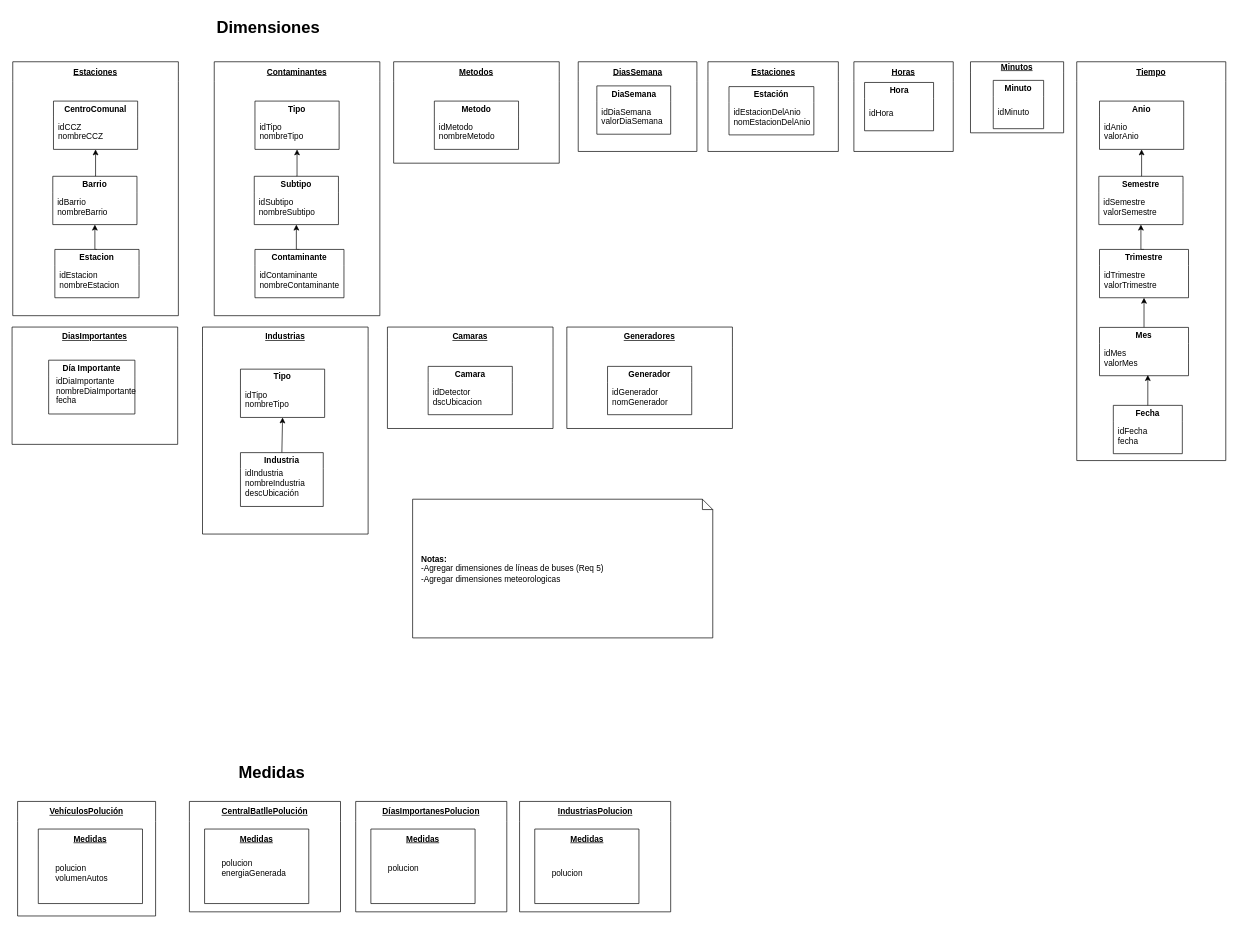
The draw.io diagram 2. Diseño conceptual/Dimensiones y Medidas.drawio in gonzalomelov/dw-calidad-aire-docs, before the edit. Source tidied: cells renumbered, new cells numbered last; positions are measured from the earlier drawing's top-left corner, leaving out a move shared by most shapes. Both pictures are drawn from the tidied source at 69%, with x=0, y=0 at pixel (12, 12).
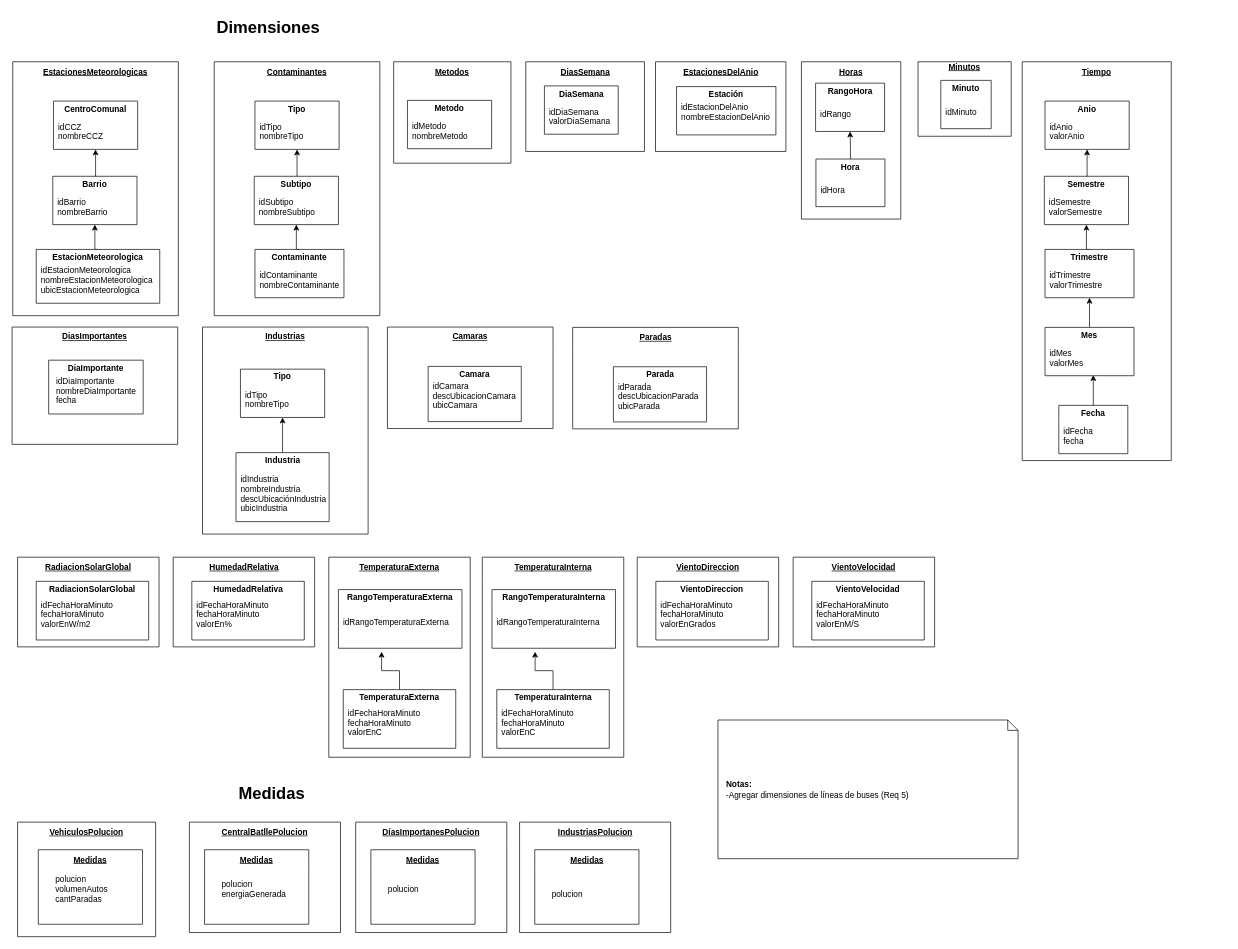
Above is the later version.

The change refers to these unchanged cells:
```xml
<mxCell id="15" value="Medidas" style="swimlane;swimlaneLine=0;whiteSpace=wrap;startSize=29;fontStyle=5;" parent="14" vertex="1">
  <mxGeometry x="30" y="40" width="151" height="108" as="geometry" />
</mxCell>
<mxCell id="26" value="Camaras" style="swimlane;swimlaneLine=0;whiteSpace=wrap;startSize=29;fontStyle=5;align=center;" parent="1" vertex="1">
  <mxGeometry x="544" y="456.5" width="240" height="147" as="geometry" />
</mxCell>
<mxCell id="53" value="DiasImportantes" style="swimlane;swimlaneLine=0;whiteSpace=wrap;startSize=29;fontStyle=5;align=center;" parent="1" vertex="1">
  <mxGeometry y="456.5" width="240" height="170" as="geometry" />
</mxCell>
<mxCell id="56" value="Industrias" style="swimlane;swimlaneLine=0;whiteSpace=wrap;startSize=29;fontStyle=5;align=center;" parent="1" vertex="1">
  <mxGeometry x="276" y="456.5" width="240" height="300" as="geometry" />
</mxCell>
```

Diff of the diagram source:
```diff
@@
-    <mxCell id="2" value="Estaciones" style="swimlane;swimlaneLine=0;whiteSpace=wrap;startSize=29;fontStyle=5;align=center;" parent="1" vertex="1">
-      <mxGeometry x="1008.5" y="72" width="189" height="130" as="geometry" />
+    <mxCell id="2" value="EstacionesDelAnio" style="swimlane;swimlaneLine=0;whiteSpace=wrap;startSize=29;fontStyle=5;align=center;" parent="1" vertex="1">
+      <mxGeometry x="932.5" y="72" width="189" height="130" as="geometry" />
     </mxCell>
-    <mxCell id="3" value="Estaciones" style="swimlane;swimlaneLine=0;whiteSpace=wrap;startSize=29;fontStyle=5;align=center;" parent="1" vertex="1">
+    <mxCell id="3" value="EstacionesMeteorologicas" style="swimlane;swimlaneLine=0;whiteSpace=wrap;startSize=29;fontStyle=5;align=center;" parent="1" vertex="1">
       <mxGeometry x="1" y="72" width="240" height="368" as="geometry" />
     </mxCell>
@@
-    <mxCell id="10" value="Estacion" style="swimlane;swimlaneLine=0;whiteSpace=wrap;" parent="3" vertex="1">
-      <mxGeometry x="61" y="272" width="122" height="70" as="geometry" />
+    <mxCell id="10" value="EstacionMeteorologica" style="swimlane;swimlaneLine=0;whiteSpace=wrap;" parent="3" vertex="1">
+      <mxGeometry x="34" y="272" width="179" height="78" as="geometry" />
     </mxCell>
-    <mxCell id="11" value="idEstacion&#10;nombreEstacion" style="text;align=left;verticalAlign=middle;" parent="10" vertex="1">
-      <mxGeometry x="5" y="19" width="130" height="50" as="geometry" />
+    <mxCell id="11" value="idEstacionMeteorologica&#10;nombreEstacionMeteorologica&#10;ubicEstacionMeteorologica&#10;" style="text;align=left;verticalAlign=middle;" parent="10" vertex="1">
+      <mxGeometry x="5" y="26" width="130" height="50" as="geometry" />
     </mxCell>
@@
     <mxCell id="13" value="Medidas" style="text;align=center;verticalAlign=middle;fontFamily=Helvetica;fontSize=24;fontStyle=1;" parent="1" vertex="1">
-      <mxGeometry x="299" y="1080" width="155" height="40" as="geometry" />
+      <mxGeometry x="299" y="1110" width="155" height="40" as="geometry" />
     </mxCell>
-    <mxCell id="14" value="VehículosPolución" style="swimlane;swimlaneLine=0;whiteSpace=wrap;startSize=29;fontStyle=5;" parent="1" vertex="1">
-      <mxGeometry x="8" y="1144" width="200" height="166" as="geometry" />
+    <mxCell id="14" value="VehiculosPolucion" style="swimlane;swimlaneLine=0;whiteSpace=wrap;startSize=29;fontStyle=5;" parent="1" vertex="1">
+      <mxGeometry x="8" y="1174" width="200" height="166" as="geometry" />
     </mxCell>
@@
-    <mxCell id="16" value="polucion&#10;volumenAutos" style="text;align=left;verticalAlign=middle;" parent="15" vertex="1">
+    <mxCell id="16" value="polucion&#10;volumenAutos&#10;cantParadas&#10;" style="text;align=left;verticalAlign=middle;" parent="15" vertex="1">
       <mxGeometry x="23" y="27.4" width="155" height="72.6" as="geometry" />
     </mxCell>
@@
     <mxCell id="27" value="Camara" style="swimlane;swimlaneLine=0;whiteSpace=wrap;" parent="26" vertex="1">
-      <mxGeometry x="59" y="57" width="122" height="70" as="geometry" />
+      <mxGeometry x="59" y="57" width="135" height="80" as="geometry" />
     </mxCell>
-    <mxCell id="28" value="idDetector&#10;dscUbicacion" style="text;align=left;verticalAlign=middle;" parent="27" vertex="1">
-      <mxGeometry x="5" y="19" width="130" height="50" as="geometry" />
+    <mxCell id="28" value="idCamara&#10;descUbicacionCamara&#10;ubicCamara&#10;" style="text;align=left;verticalAlign=middle;" parent="27" vertex="1">
+      <mxGeometry x="5" y="19" width="130" height="61" as="geometry" />
     </mxCell>
     <mxCell id="29" value="Tiempo" style="swimlane;swimlaneLine=0;whiteSpace=wrap;startSize=29;fontStyle=5;align=center;" parent="1" vertex="1">
-      <mxGeometry x="1543" y="72" width="216" height="578" as="geometry" />
+      <mxGeometry x="1464" y="72" width="216" height="578" as="geometry" />
     </mxCell>
@@
-    <mxCell id="44" value="CentralBatllePolución" style="swimlane;swimlaneLine=0;whiteSpace=wrap;startSize=29;fontStyle=5;" parent="1" vertex="1">
-      <mxGeometry x="257" y="1144" width="219" height="160" as="geometry" />
+    <mxCell id="44" value="CentralBatllePolucion" style="swimlane;swimlaneLine=0;whiteSpace=wrap;startSize=29;fontStyle=5;" parent="1" vertex="1">
+      <mxGeometry x="257" y="1174" width="219" height="160" as="geometry" />
     </mxCell>
@@
-    <mxCell id="47" value="Generadores" style="swimlane;swimlaneLine=0;whiteSpace=wrap;startSize=29;fontStyle=5;align=center;" parent="1" vertex="1">
-      <mxGeometry x="804" y="456.5" width="240" height="147" as="geometry" />
-    </mxCell>
-    <mxCell id="48" value="Generador" style="swimlane;swimlaneLine=0;whiteSpace=wrap;" parent="47" vertex="1">
-      <mxGeometry x="59" y="57" width="122" height="70" as="geometry" />
-    </mxCell>
-    <mxCell id="49" value="idGenerador&#10;nomGenerador" style="text;align=left;verticalAlign=middle;" parent="48" vertex="1">
-      <mxGeometry x="5" y="19" width="130" height="50" as="geometry" />
-    </mxCell>
     <mxCell id="50" value="Metodos" style="swimlane;swimlaneLine=0;whiteSpace=wrap;startSize=29;fontStyle=5;align=center;" parent="1" vertex="1">
-      <mxGeometry x="553" y="72" width="240" height="147" as="geometry" />
+      <mxGeometry x="553" y="72" width="170" height="147" as="geometry" />
     </mxCell>
     <mxCell id="51" value="Metodo" style="swimlane;swimlaneLine=0;whiteSpace=wrap;" parent="50" vertex="1">
-      <mxGeometry x="59" y="57" width="122" height="70" as="geometry" />
+      <mxGeometry x="20" y="56" width="122" height="70" as="geometry" />
     </mxCell>
@@
-    <mxCell id="54" value="Día Importante" style="swimlane;swimlaneLine=0;whiteSpace=wrap;startSize=23;" parent="53" vertex="1">
-      <mxGeometry x="53" y="48" width="125" height="78" as="geometry" />
+    <mxCell id="54" value="DiaImportante" style="swimlane;swimlaneLine=0;whiteSpace=wrap;startSize=23;" parent="53" vertex="1">
+      <mxGeometry x="53" y="48" width="137" height="78" as="geometry" />
     </mxCell>
@@
     <mxCell id="60" value="Industria" style="swimlane;swimlaneLine=0;whiteSpace=wrap;startSize=23;" parent="56" vertex="1">
-      <mxGeometry x="55" y="182" width="120" height="78" as="geometry" />
+      <mxGeometry x="48.5" y="182" width="135" height="100" as="geometry" />
     </mxCell>
-    <mxCell id="61" value="idIndustria&#10;nombreIndustria&#10;descUbicación&#10;&#10;" style="text;align=left;verticalAlign=middle;" parent="60" vertex="1">
-      <mxGeometry x="5" y="33" width="130" height="50" as="geometry" />
+    <mxCell id="61" value="idIndustria&#10;nombreIndustria&#10;descUbicaciónIndustria&#10;ubicIndustria&#10;" style="text;align=left;verticalAlign=middle;" parent="60" vertex="1">
+      <mxGeometry x="5" y="33" width="130" height="67" as="geometry" />
     </mxCell>
-    <mxCell id="62" value="&lt;div&gt;&lt;b&gt;Notas:&amp;nbsp;&lt;/b&gt;&lt;/div&gt;-Agregar dimensiones de líneas de buses (Req 5)&lt;br&gt;-Agregar dimensiones meteorologicas&lt;br&gt;" style="shape=note;size=15;align=left;spacingLeft=10;html=1;whiteSpace=wrap;" parent="1" vertex="1">
-      <mxGeometry x="580.5" y="706" width="435" height="201" as="geometry" />
+    <mxCell id="62" value="&lt;div&gt;&lt;b&gt;Notas:&amp;nbsp;&lt;/b&gt;&lt;/div&gt;-Agregar dimensiones de líneas de buses (Req 5)&lt;br&gt;" style="shape=note;size=15;align=left;spacingLeft=10;html=1;whiteSpace=wrap;" parent="1" vertex="1">
+      <mxGeometry x="1023" y="1026" width="435" height="201" as="geometry" />
     </mxCell>
     <mxCell id="63" value="DíasImportanesPolucion" style="swimlane;swimlaneLine=0;whiteSpace=wrap;startSize=29;fontStyle=5;" parent="1" vertex="1">
-      <mxGeometry x="498" y="1144" width="219" height="160" as="geometry" />
+      <mxGeometry x="498" y="1174" width="219" height="160" as="geometry" />
     </mxCell>
@@
     <mxCell id="66" value="IndustriasPolucion" style="swimlane;swimlaneLine=0;whiteSpace=wrap;startSize=29;fontStyle=5;" parent="1" vertex="1">
-      <mxGeometry x="735.5" y="1144" width="219" height="160" as="geometry" />
+      <mxGeometry x="735.5" y="1174" width="219" height="160" as="geometry" />
     </mxCell>
@@
     <mxCell id="69" value="Estación" style="swimlane;swimlaneLine=0;whiteSpace=wrap;" parent="1" vertex="1">
-      <mxGeometry x="1039" y="108" width="123" height="70" as="geometry" />
+      <mxGeometry x="963" y="108" width="144" height="70" as="geometry" />
     </mxCell>
-    <mxCell id="70" value="idEstacionDelAnio&#10;nomEstacionDelAnio" style="text;align=left;verticalAlign=middle;" parent="69" vertex="1">
+    <mxCell id="70" value="idEstacionDelAnio&#10;nombreEstacionDelAnio&#10;" style="text;align=left;verticalAlign=middle;" parent="69" vertex="1">
       <mxGeometry x="5" y="19" width="130" height="50" as="geometry" />
     </mxCell>
     <mxCell id="71" value="DiasSemana" style="swimlane;swimlaneLine=0;whiteSpace=wrap;startSize=29;fontStyle=5;align=center;" parent="1" vertex="1">
-      <mxGeometry x="820.5" y="72" width="172" height="130" as="geometry" />
+      <mxGeometry x="744.5" y="72" width="172" height="130" as="geometry" />
     </mxCell>
@@
     <mxCell id="74" value="Horas" style="swimlane;swimlaneLine=0;whiteSpace=wrap;startSize=29;fontStyle=5;align=center;" parent="1" vertex="1">
-      <mxGeometry x="1220" y="72" width="144" height="130" as="geometry" />
+      <mxGeometry x="1144" y="72" width="144" height="228" as="geometry" />
     </mxCell>
+    <mxCell id="80" style="edgeStyle=orthogonalEdgeStyle;rounded=0;html=1;entryX=0.5;entryY=1;jettySize=auto;" parent="74" edge="1" source="75" target="81">
+      <mxGeometry relative="1" as="geometry" />
+    </mxCell>
     <mxCell id="75" value="Hora" style="swimlane;swimlaneLine=0;whiteSpace=wrap;" parent="74" vertex="1">
-      <mxGeometry x="15.5" y="30" width="100" height="70" as="geometry" />
+      <mxGeometry x="21" y="141" width="100" height="69" as="geometry" />
     </mxCell>
@@
+    <mxCell id="81" value="RangoHora" style="swimlane;swimlaneLine=0;whiteSpace=wrap;" parent="74" vertex="1">
+      <mxGeometry x="20.5" y="31" width="100" height="70" as="geometry" />
+    </mxCell>
+    <mxCell id="82" value="idRango" style="text;align=left;verticalAlign=middle;" parent="81" vertex="1">
+      <mxGeometry x="5" y="19" width="65" height="50" as="geometry" />
+    </mxCell>
     <mxCell id="77" value="Minutos" style="swimlane;swimlaneLine=0;whiteSpace=wrap;startSize=15;fontStyle=5;align=center;" parent="1" vertex="1">
-      <mxGeometry x="1389" y="72" width="135" height="103" as="geometry" />
+      <mxGeometry x="1313" y="72" width="135" height="108" as="geometry" />
     </mxCell>
@@
+    <mxCell id="83" value="RadiacionSolarGlobal" style="swimlane;swimlaneLine=0;whiteSpace=wrap;startSize=29;fontStyle=5;align=center;" parent="1" vertex="1">
+      <mxGeometry x="8" y="790" width="205" height="130" as="geometry" />
+    </mxCell>
+    <mxCell id="84" value="RadiacionSolarGlobal" style="swimlane;swimlaneLine=0;whiteSpace=wrap;" parent="83" vertex="1">
+      <mxGeometry x="27" y="35" width="163" height="85" as="geometry" />
+    </mxCell>
+    <mxCell id="85" value="idFechaHoraMinuto&#10;fechaHoraMinuto&#10;valorEnW/m2&#10;" style="text;align=left;verticalAlign=middle;" parent="84" vertex="1">
+      <mxGeometry x="5" y="19" width="115" height="71" as="geometry" />
+    </mxCell>
+    <mxCell id="86" value="HumedadRelativa" style="swimlane;swimlaneLine=0;whiteSpace=wrap;startSize=29;fontStyle=5;align=center;" parent="1" vertex="1">
+      <mxGeometry x="233.5" y="790" width="205" height="130" as="geometry" />
+    </mxCell>
+    <mxCell id="87" value="HumedadRelativa" style="swimlane;swimlaneLine=0;whiteSpace=wrap;" parent="86" vertex="1">
+      <mxGeometry x="27" y="35" width="163" height="85" as="geometry" />
+    </mxCell>
+    <mxCell id="88" value="idFechaHoraMinuto&#10;fechaHoraMinuto&#10;valorEn%&#10;" style="text;align=left;verticalAlign=middle;" parent="87" vertex="1">
+      <mxGeometry x="5" y="19" width="115" height="71" as="geometry" />
+    </mxCell>
+    <mxCell id="89" value="TemperaturaExterna" style="swimlane;swimlaneLine=0;whiteSpace=wrap;startSize=29;fontStyle=5;align=center;" parent="1" vertex="1">
+      <mxGeometry x="459" y="790" width="205" height="290" as="geometry" />
+    </mxCell>
+    <mxCell id="90" style="edgeStyle=orthogonalEdgeStyle;rounded=0;html=1;entryX=0.5;entryY=1;jettySize=auto;" parent="89" edge="1" source="91" target="94">
+      <mxGeometry relative="1" as="geometry" />
+    </mxCell>
+    <mxCell id="91" value="TemperaturaExterna" style="swimlane;swimlaneLine=0;whiteSpace=wrap;" parent="89" vertex="1">
+      <mxGeometry x="21" y="192" width="163" height="85" as="geometry" />
+    </mxCell>
+    <mxCell id="92" value="idFechaHoraMinuto&#10;fechaHoraMinuto&#10;valorEnC&#10;" style="text;align=left;verticalAlign=middle;" parent="91" vertex="1">
+      <mxGeometry x="5" y="19" width="115" height="71" as="geometry" />
+    </mxCell>
+    <mxCell id="93" value="RangoTemperaturaExterna" style="swimlane;swimlaneLine=0;whiteSpace=wrap;" parent="89" vertex="1">
+      <mxGeometry x="14" y="47" width="179" height="85" as="geometry" />
+    </mxCell>
+    <mxCell id="94" value="idRangoTemperaturaExterna&#10;" style="text;align=left;verticalAlign=middle;" parent="93" vertex="1">
+      <mxGeometry x="5" y="19" width="115" height="71" as="geometry" />
+    </mxCell>
+    <mxCell id="95" value="VientoDireccion" style="swimlane;swimlaneLine=0;whiteSpace=wrap;startSize=29;fontStyle=5;align=center;" parent="1" vertex="1">
+      <mxGeometry x="906" y="790" width="205" height="130" as="geometry" />
+    </mxCell>
+    <mxCell id="96" value="VientoDireccion" style="swimlane;swimlaneLine=0;whiteSpace=wrap;" parent="95" vertex="1">
+      <mxGeometry x="27" y="35" width="163" height="85" as="geometry" />
+    </mxCell>
+    <mxCell id="97" value="idFechaHoraMinuto&#10;fechaHoraMinuto&#10;valorEnGrados&#10;" style="text;align=left;verticalAlign=middle;" parent="96" vertex="1">
+      <mxGeometry x="5" y="19" width="115" height="71" as="geometry" />
+    </mxCell>
+    <mxCell id="98" value="VientoVelocidad" style="swimlane;swimlaneLine=0;whiteSpace=wrap;startSize=29;fontStyle=5;align=center;" parent="1" vertex="1">
+      <mxGeometry x="1132" y="790" width="205" height="130" as="geometry" />
+    </mxCell>
+    <mxCell id="99" value="VientoVelocidad" style="swimlane;swimlaneLine=0;whiteSpace=wrap;" parent="98" vertex="1">
+      <mxGeometry x="27" y="35" width="163" height="85" as="geometry" />
+    </mxCell>
+    <mxCell id="100" value="idFechaHoraMinuto&#10;fechaHoraMinuto&#10;valorEnM/S&#10;" style="text;align=left;verticalAlign=middle;" parent="99" vertex="1">
+      <mxGeometry x="5" y="19" width="115" height="71" as="geometry" />
+    </mxCell>
+    <mxCell id="101" value="TemperaturaInterna" style="swimlane;swimlaneLine=0;whiteSpace=wrap;startSize=29;fontStyle=5;align=center;" parent="1" vertex="1">
+      <mxGeometry x="681.5" y="790" width="205" height="290" as="geometry" />
+    </mxCell>
+    <mxCell id="102" style="edgeStyle=orthogonalEdgeStyle;rounded=0;html=1;entryX=0.5;entryY=1;jettySize=auto;" parent="101" edge="1" source="103" target="106">
+      <mxGeometry relative="1" as="geometry" />
+    </mxCell>
+    <mxCell id="103" value="TemperaturaInterna" style="swimlane;swimlaneLine=0;whiteSpace=wrap;" parent="101" vertex="1">
+      <mxGeometry x="21" y="192" width="163" height="85" as="geometry" />
+    </mxCell>
+    <mxCell id="104" value="idFechaHoraMinuto&#10;fechaHoraMinuto&#10;valorEnC&#10;" style="text;align=left;verticalAlign=middle;" parent="103" vertex="1">
+      <mxGeometry x="5" y="19" width="115" height="71" as="geometry" />
+    </mxCell>
+    <mxCell id="105" value="RangoTemperaturaInterna" style="swimlane;swimlaneLine=0;whiteSpace=wrap;" parent="101" vertex="1">
+      <mxGeometry x="14" y="47" width="179" height="85" as="geometry" />
+    </mxCell>
+    <mxCell id="106" value="idRangoTemperaturaInterna&#10;" style="text;align=left;verticalAlign=middle;" parent="105" vertex="1">
+      <mxGeometry x="5" y="19" width="115" height="71" as="geometry" />
+    </mxCell>
+    <mxCell id="107" value="Paradas" style="swimlane;swimlaneLine=0;whiteSpace=wrap;startSize=29;fontStyle=5;align=center;" parent="1" vertex="1">
+      <mxGeometry x="812.5" y="457" width="240" height="147" as="geometry" />
+    </mxCell>
+    <mxCell id="108" value="Parada" style="swimlane;swimlaneLine=0;whiteSpace=wrap;" parent="107" vertex="1">
+      <mxGeometry x="59" y="57" width="135" height="80" as="geometry" />
+    </mxCell>
+    <mxCell id="109" value="idParada&#10;descUbicacionParada&#10;ubicParada&#10;" style="text;align=left;verticalAlign=middle;" parent="108" vertex="1">
+      <mxGeometry x="5" y="19" width="130" height="61" as="geometry" />
+    </mxCell>
```
